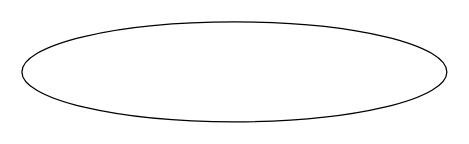
Before: CMC/Phân tích và thiết kế hệ thống/Bài Tập Lớn/Bài Tập Lớn .drawio in tranthihuong-753/test, a draw.io diagram. Source tidied: cells renumbered, new cells numbered last; positions are measured from the earlier drawing's top-left corner, leaving out a move shared by most shapes. Both pictures are drawn from the tidied source at 125%, with x=0, y=0 at pixel (21, 21).
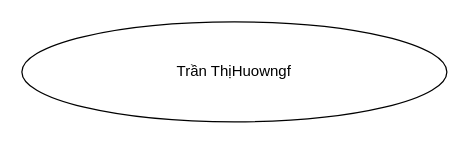
The same diagram, later.

The edit, as a diff of the source:
```diff
@@
 <mxGraphModel>
   <root>
     <mxCell id="0" />
     <mxCell id="1" parent="0" />
-    <mxCell id="2" style="ellipse;whiteSpace=wrap;html=1;" parent="1" vertex="1">
+    <mxCell id="2" value="Trần ThịHuowngf" style="ellipse;whiteSpace=wrap;html=1;" parent="1" vertex="1">
       <mxGeometry width="340" height="80" as="geometry" />
     </mxCell>
   </root>
 </mxGraphModel>
```
